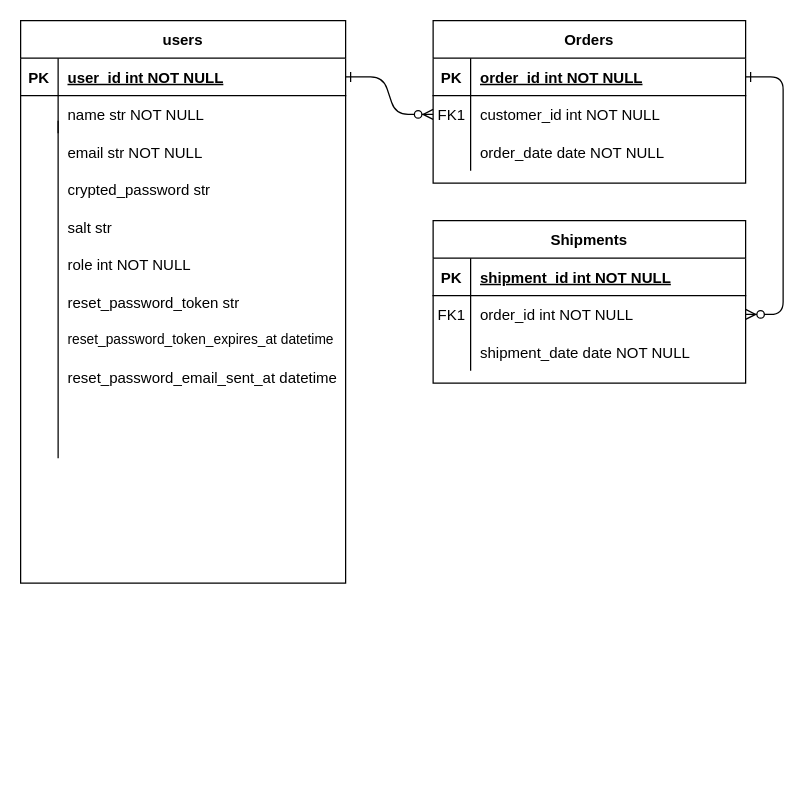
Before: 名称未設定ファイル.drawio in Toshiki003/Dressing-for-2-years-old-child, a draw.io diagram. Source tidied: cells renumbered, new cells numbered last; positions are measured from the earlier drawing's top-left corner, leaving out a move shared by most shapes. Both pictures are drawn from the tidied source at 125%, with x=0, y=0 at pixel (20, 20).
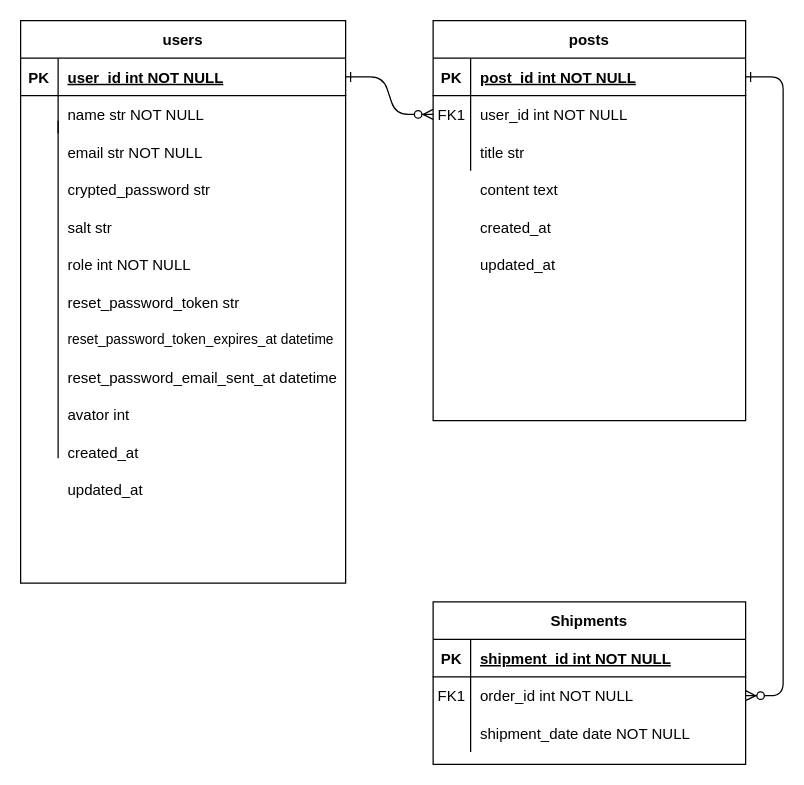
Above is the later version.

Commit message:
名称未設定ファイル.drawio を更新します

The change refers to these unchanged cells:
```xml
<mxCell id="5" style="shape=partialRectangle;fillColor=none;points=[[0,0.5],[1,0.5]];portConstraint=eastwest;top=0;left=0;right=0;bottom=1;" parent="4" vertex="1">
  <mxGeometry y="30" width="250" height="30" as="geometry" />
</mxCell>
<mxCell id="8" style="shape=partialRectangle;fillColor=none;points=[[0,0.5],[1,0.5]];portConstraint=eastwest;top=0;left=0;right=0;bottom=0;" parent="4" vertex="1">
  <mxGeometry y="60" width="250" height="30" as="geometry" />
</mxCell>
<mxCell id="11" style="shape=partialRectangle;fillColor=none;top=0;left=0;right=0;bottom=0;" parent="4" vertex="1">
  <mxGeometry y="90" width="250" height="30" as="geometry" />
</mxCell>
```

Diff of the diagram source:
```diff
@@
-    <mxCell id="4" value="Orders" style="shape=table;startSize=30;childLayout=tableLayout;rowLines=0;fontStyle=1;align=center;" parent="1" vertex="1">
-      <mxGeometry x="330" width="250" height="130" as="geometry" />
+    <mxCell id="4" value="posts" style="shape=table;startSize=30;childLayout=tableLayout;rowLines=0;fontStyle=1;align=center;" parent="1" vertex="1">
+      <mxGeometry x="330" width="250" height="320" as="geometry" />
     </mxCell>
@@
-    <mxCell id="7" value="order_id int NOT NULL " style="shape=partialRectangle;overflow=hidden;fillColor=none;top=0;left=0;bottom=0;right=0;align=left;spacingLeft=6;fontStyle=5;" parent="5" vertex="1">
+    <mxCell id="7" value="post_id int NOT NULL " style="shape=partialRectangle;overflow=hidden;fillColor=none;top=0;left=0;bottom=0;right=0;align=left;spacingLeft=6;fontStyle=5;" parent="5" vertex="1">
       <mxGeometry x="30" width="220" height="30" as="geometry" />
     </mxCell>
@@
-    <mxCell id="10" value="customer_id int NOT NULL" style="shape=partialRectangle;overflow=hidden;fillColor=none;top=0;left=0;bottom=0;right=0;align=left;spacingLeft=6;" parent="8" vertex="1">
+    <mxCell id="10" value="user_id int NOT NULL" style="shape=partialRectangle;overflow=hidden;fillColor=none;top=0;left=0;bottom=0;right=0;align=left;spacingLeft=6;" parent="8" vertex="1">
       <mxGeometry x="30" width="220" height="30" as="geometry" />
     </mxCell>
@@
-    <mxCell id="13" value="order_date date NOT NULL" style="shape=partialRectangle;overflow=hidden;fillColor=none;top=0;left=0;bottom=0;right=0;align=left;spacingLeft=6;" parent="11" vertex="1">
+    <mxCell id="13" value="title str" style="shape=partialRectangle;overflow=hidden;fillColor=none;top=0;left=0;bottom=0;right=0;align=left;spacingLeft=6;" parent="11" vertex="1">
       <mxGeometry x="30" width="220" height="30" as="geometry" />
     </mxCell>
     <mxCell id="14" value="Shipments" style="shape=table;startSize=30;childLayout=tableLayout;rowLines=0;fontStyle=1;align=center;" parent="1" vertex="1">
-      <mxGeometry x="330" y="160" width="250" height="130" as="geometry" />
+      <mxGeometry x="330" y="465" width="250" height="130" as="geometry" />
     </mxCell>
@@
-    <mxCell id="45" style="shape=partialRectangle;overflow=hidden;fillColor=none;top=0;left=0;bottom=0;right=0;align=left;spacingLeft=6;" parent="1" vertex="1">
+    <mxCell id="45" value="avator int" style="shape=partialRectangle;overflow=hidden;fillColor=none;top=0;left=0;bottom=0;right=0;align=left;spacingLeft=6;" parent="1" vertex="1">
       <mxGeometry x="30" y="300" width="220" height="30" as="geometry" />
     </mxCell>
+    <mxCell id="46" style="shape=partialRectangle;fillColor=none;top=0;left=0;right=0;bottom=0;" parent="1" vertex="1">
+      <mxGeometry x="330" y="120" width="250" height="30" as="geometry" />
+    </mxCell>
+    <mxCell id="47" style="shape=partialRectangle;overflow=hidden;fillColor=none;top=0;left=0;bottom=0;right=0;" parent="46" vertex="1">
+      <mxGeometry width="30" height="30" as="geometry" />
+    </mxCell>
+    <mxCell id="48" value="content text" style="shape=partialRectangle;overflow=hidden;fillColor=none;top=0;left=0;bottom=0;right=0;align=left;spacingLeft=6;" parent="46" vertex="1">
+      <mxGeometry x="30" width="220" height="30" as="geometry" />
+    </mxCell>
+    <mxCell id="49" style="shape=partialRectangle;fillColor=none;top=0;left=0;right=0;bottom=0;" parent="1" vertex="1">
+      <mxGeometry y="330" width="250" height="30" as="geometry" />
+    </mxCell>
+    <mxCell id="50" style="shape=partialRectangle;overflow=hidden;fillColor=none;top=0;left=0;bottom=0;right=0;" parent="49" vertex="1">
+      <mxGeometry width="30" height="30" as="geometry" />
+    </mxCell>
+    <mxCell id="51" value="created_at " style="shape=partialRectangle;overflow=hidden;fillColor=none;top=0;left=0;bottom=0;right=0;align=left;spacingLeft=6;" parent="49" vertex="1">
+      <mxGeometry x="30" width="220" height="30" as="geometry" />
+    </mxCell>
+    <mxCell id="52" style="shape=partialRectangle;fillColor=none;top=0;left=0;right=0;bottom=0;" parent="1" vertex="1">
+      <mxGeometry y="360" width="250" height="30" as="geometry" />
+    </mxCell>
+    <mxCell id="53" style="shape=partialRectangle;overflow=hidden;fillColor=none;top=0;left=0;bottom=0;right=0;" parent="52" vertex="1">
+      <mxGeometry width="30" height="30" as="geometry" />
+    </mxCell>
+    <mxCell id="54" value="updated_at" style="shape=partialRectangle;overflow=hidden;fillColor=none;top=0;left=0;bottom=0;right=0;align=left;spacingLeft=6;" parent="52" vertex="1">
+      <mxGeometry x="30" width="220" height="30" as="geometry" />
+    </mxCell>
+    <mxCell id="55" style="shape=partialRectangle;fillColor=none;top=0;left=0;right=0;bottom=0;" parent="1" vertex="1">
+      <mxGeometry x="330" y="150" width="250" height="30" as="geometry" />
+    </mxCell>
+    <mxCell id="56" style="shape=partialRectangle;overflow=hidden;fillColor=none;top=0;left=0;bottom=0;right=0;" parent="55" vertex="1">
+      <mxGeometry width="30" height="30" as="geometry" />
+    </mxCell>
+    <mxCell id="57" value="created_at " style="shape=partialRectangle;overflow=hidden;fillColor=none;top=0;left=0;bottom=0;right=0;align=left;spacingLeft=6;" parent="55" vertex="1">
+      <mxGeometry x="30" width="220" height="30" as="geometry" />
+    </mxCell>
+    <mxCell id="58" style="shape=partialRectangle;fillColor=none;top=0;left=0;right=0;bottom=0;" parent="1" vertex="1">
+      <mxGeometry x="330" y="180" width="250" height="30" as="geometry" />
+    </mxCell>
+    <mxCell id="59" style="shape=partialRectangle;overflow=hidden;fillColor=none;top=0;left=0;bottom=0;right=0;" parent="58" vertex="1">
+      <mxGeometry width="30" height="30" as="geometry" />
+    </mxCell>
+    <mxCell id="60" value="updated_at" style="shape=partialRectangle;overflow=hidden;fillColor=none;top=0;left=0;bottom=0;right=0;align=left;spacingLeft=6;" parent="58" vertex="1">
+      <mxGeometry x="30" width="220" height="30" as="geometry" />
+    </mxCell>
```
